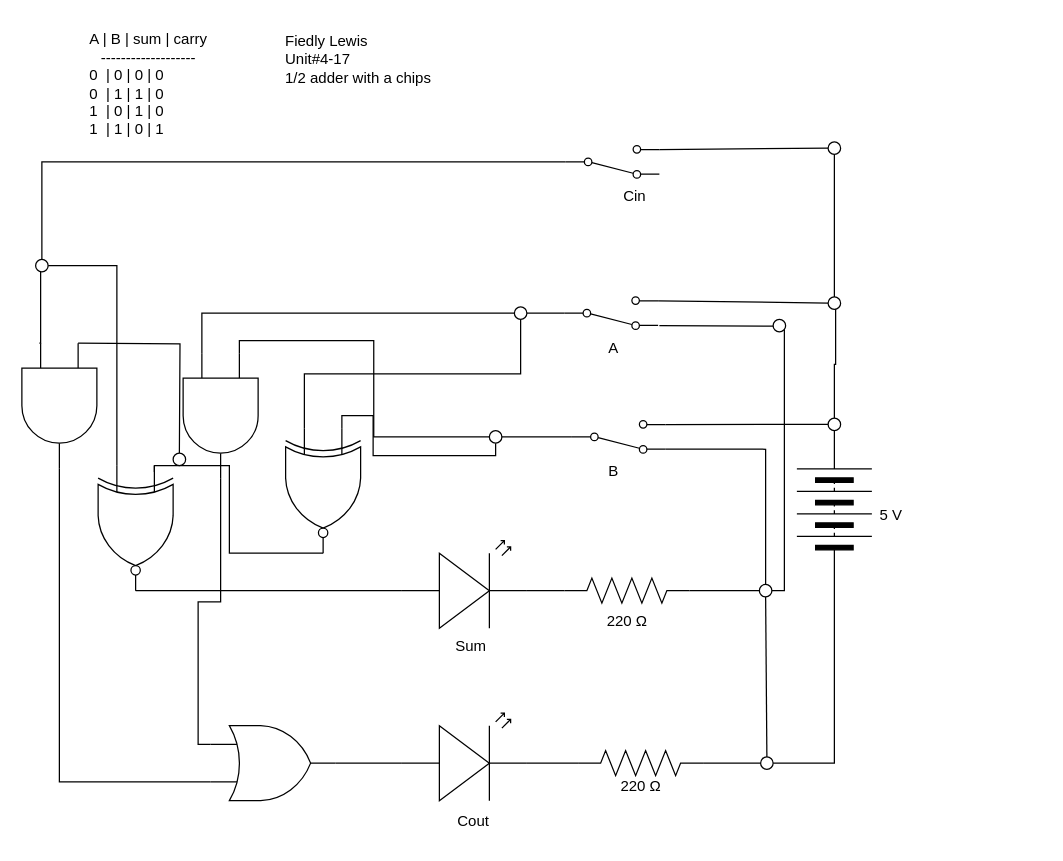
This is TEJ3M-4-18.drawio from Fiedlyv1/TEJ3M-Unit-4-03, a draw.io file, before an edit. Source tidied: cells renumbered, new cells numbered last; positions are measured from the earlier drawing's top-left corner, leaving out a move shared by most shapes. Both pictures are drawn from the tidied source at 125%, with x=0, y=0 at pixel (-4, 21).
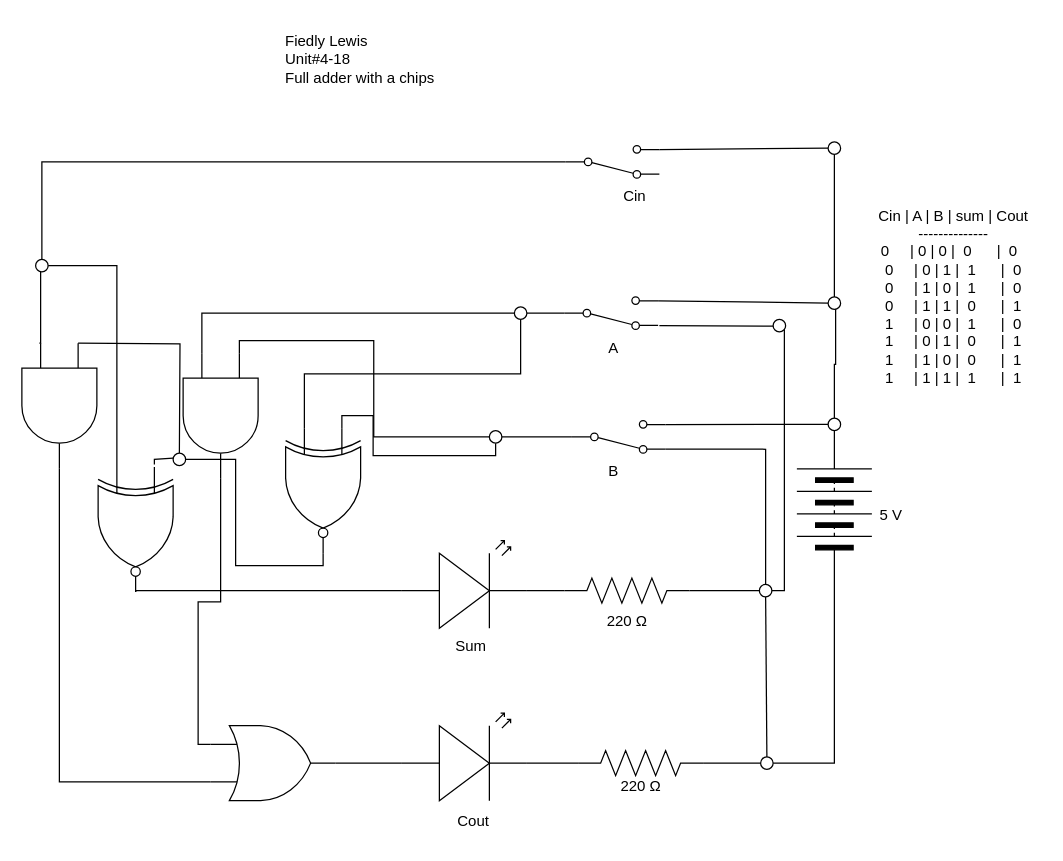
The same diagram, later.

Unchanged cells that the change refers to:
```xml
<mxCell id="27" style="verticalLabelPosition=bottom;shadow=0;dashed=0;align=center;html=1;verticalAlign=top;shape=mxgraph.electrical.logic_gates.logic_gate;operation=xor;negating=1;negSize=0.15;rotation=90;" parent="1" vertex="1">
  <mxGeometry x="211" y="345" width="100" height="60" as="geometry" />
</mxCell>
<mxCell id="61" style="ellipse;whiteSpace=wrap;html=1;strokeColor=#000000;" parent="1" vertex="1">
  <mxGeometry x="141" y="345" width="10" height="10" as="geometry" />
</mxCell>
```

The edit, as a diff of the source:
```diff
@@
-    <mxCell id="23" value="Fiedly Lewis&lt;br&gt;Unit#4-17&lt;br&gt;1/2 adder with a chips" style="text;html=1;align=left;verticalAlign=middle;strokeColor=none;fillColor=none;" parent="1" vertex="1">
-      <mxGeometry x="229" width="140" height="60" as="geometry" />
+    <mxCell id="23" value="Fiedly Lewis&lt;br&gt;Unit#4-18&lt;br&gt;Full adder with a chips" style="text;html=1;align=left;verticalAlign=middle;strokeColor=none;fillColor=none;" parent="1" vertex="1">
+      <mxGeometry x="229" width="150" height="60" as="geometry" />
     </mxCell>
-    <mxCell id="24" value="A | B | sum | carry&lt;br&gt;-------------------&lt;br&gt;&lt;div style=&quot;text-align: left;&quot;&gt;0&amp;nbsp; | 0 | 0 | 0&lt;/div&gt;&lt;div style=&quot;text-align: left;&quot;&gt;0&amp;nbsp; | 1 | 1 | 0&lt;/div&gt;&lt;div style=&quot;text-align: left;&quot;&gt;1&amp;nbsp; | 0 | 1 | 0&lt;/div&gt;&lt;div style=&quot;text-align: left;&quot;&gt;1&amp;nbsp; | 1 | 0 | 1&lt;/div&gt;" style="text;html=1;align=center;verticalAlign=middle;strokeColor=none;fillColor=none;" parent="1" vertex="1">
-      <mxGeometry x="61" width="120" height="100" as="geometry" />
-    </mxCell>
@@
+    <mxCell id="64" style="edgeStyle=orthogonalEdgeStyle;rounded=0;html=1;exitX=1;exitY=0.5;exitDx=0;exitDy=0;exitPerimeter=0;entryX=1;entryY=0.5;entryDx=0;entryDy=0;endArrow=none;endFill=0;" parent="1" edge="1" source="27" target="61">
+      <mxGeometry relative="1" as="geometry" />
+    </mxCell>
@@
-    <mxCell id="57" style="edgeStyle=orthogonalEdgeStyle;rounded=0;html=1;exitX=0;exitY=0.25;exitDx=0;exitDy=0;exitPerimeter=0;entryX=1;entryY=0.5;entryDx=0;entryDy=0;entryPerimeter=0;endArrow=none;endFill=0;" parent="1" edge="1">
-      <mxGeometry relative="1" as="geometry">
-        <mxPoint x="126" y="360" as="sourcePoint" />
-        <mxPoint x="261" y="425" as="targetPoint" />
-        <Array as="points">
-          <mxPoint x="126" y="355" />
-          <mxPoint x="186" y="355" />
-          <mxPoint x="186" y="425" />
-          <mxPoint x="261" y="425" />
-        </Array>
-      </mxGeometry>
-    </mxCell>
+    <mxCell id="65" style="edgeStyle=orthogonalEdgeStyle;rounded=0;html=1;exitX=0;exitY=0.25;exitDx=0;exitDy=0;exitPerimeter=0;entryX=0;entryY=0.5;entryDx=0;entryDy=0;endArrow=none;endFill=0;" parent="1" edge="1">
+      <mxGeometry relative="1" as="geometry">
+        <mxPoint x="126" y="354" as="sourcePoint" />
+        <mxPoint x="141" y="349" as="targetPoint" />
+        <Array as="points">
+          <mxPoint x="126" y="350" />
+        </Array>
+      </mxGeometry>
+    </mxCell>
     <mxCell id="58" style="verticalLabelPosition=bottom;shadow=0;dashed=0;align=center;html=1;verticalAlign=top;shape=mxgraph.electrical.logic_gates.logic_gate;operation=xor;negating=1;negSize=0.15;rotation=90;" parent="1" vertex="1">
-      <mxGeometry x="61" y="375" width="100" height="60" as="geometry" />
+      <mxGeometry x="61" y="376" width="100" height="60" as="geometry" />
     </mxCell>
@@
+    <mxCell id="66" value="&lt;div&gt;Cin | A | B | sum | Cout&lt;/div&gt;&lt;div&gt;--------------&lt;/div&gt;&lt;div&gt;0&amp;nbsp; &amp;nbsp; &amp;nbsp;| 0 | 0 |&amp;nbsp; 0&amp;nbsp; &amp;nbsp; &amp;nbsp; |&amp;nbsp; 0&amp;nbsp;&amp;nbsp;&lt;/div&gt;&lt;div&gt;0&amp;nbsp; &amp;nbsp; &amp;nbsp;| 0 | 1 |&amp;nbsp; 1&amp;nbsp; &amp;nbsp; &amp;nbsp; |&amp;nbsp; 0&lt;/div&gt;&lt;div&gt;0&amp;nbsp; &amp;nbsp; &amp;nbsp;| 1 | 0 |&amp;nbsp; 1&amp;nbsp; &amp;nbsp; &amp;nbsp; |&amp;nbsp; 0&lt;/div&gt;&lt;div&gt;0&amp;nbsp; &amp;nbsp; &amp;nbsp;| 1 | 1 |&amp;nbsp; 0&amp;nbsp; &amp;nbsp; &amp;nbsp; |&amp;nbsp; 1&lt;/div&gt;&lt;div&gt;1&amp;nbsp; &amp;nbsp; &amp;nbsp;| 0 | 0 |&amp;nbsp; 1&amp;nbsp; &amp;nbsp; &amp;nbsp; |&amp;nbsp; 0&lt;/div&gt;&lt;div&gt;1&amp;nbsp; &amp;nbsp; &amp;nbsp;| 0 | 1 |&amp;nbsp; 0&amp;nbsp; &amp;nbsp; &amp;nbsp; |&amp;nbsp; 1&lt;/div&gt;&lt;div&gt;1&amp;nbsp; &amp;nbsp; &amp;nbsp;| 1 | 0 |&amp;nbsp; 0&amp;nbsp; &amp;nbsp; &amp;nbsp; |&amp;nbsp; 1&lt;/div&gt;&lt;div&gt;1&amp;nbsp; &amp;nbsp; &amp;nbsp;| 1 | 1 |&amp;nbsp; 1&amp;nbsp; &amp;nbsp; &amp;nbsp; |&amp;nbsp; 1&lt;/div&gt;" style="text;html=1;align=center;verticalAlign=middle;strokeColor=none;fillColor=none;" parent="1" vertex="1">
+      <mxGeometry x="695" y="140" width="140" height="160" as="geometry" />
+    </mxCell>
```
